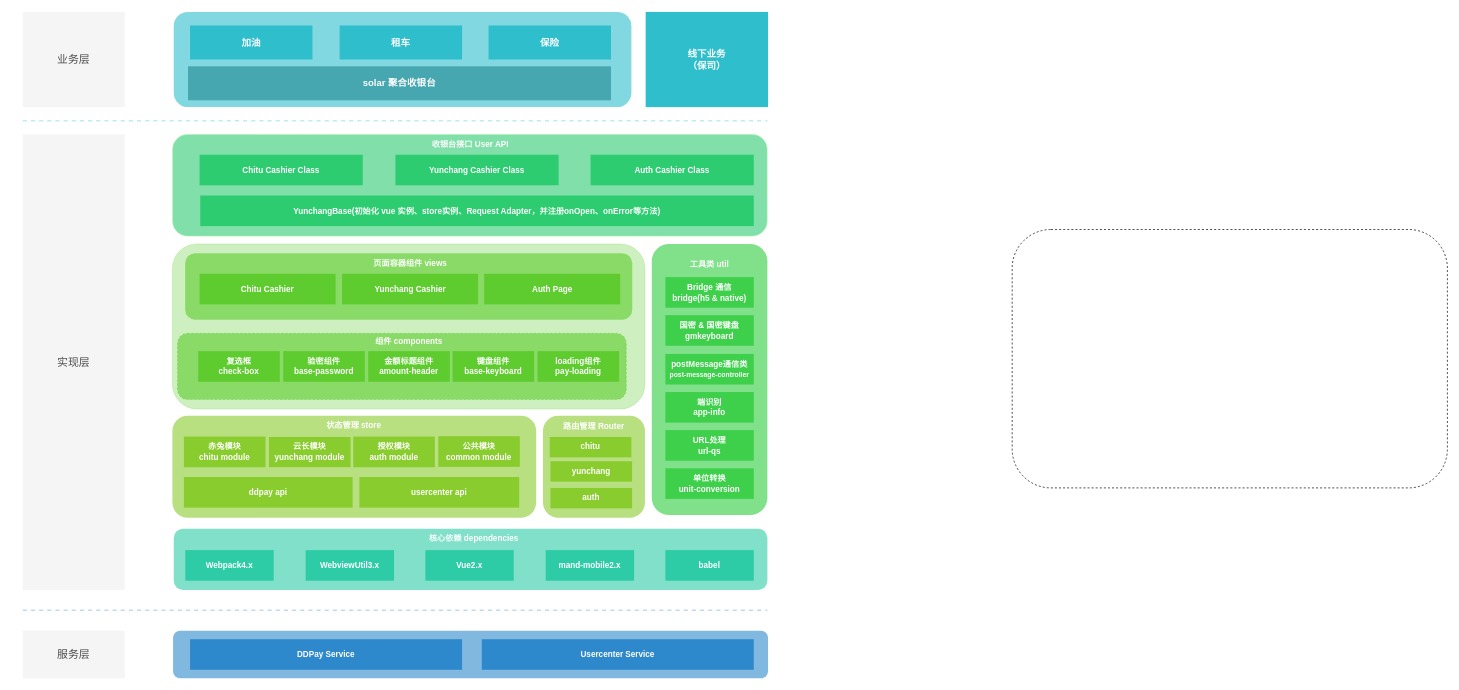
The draw.io diagram book/未命名绘图.drawio in chengkj99/book, before the edit. Source tidied: cells renumbered, new cells numbered last; positions are measured from the earlier drawing's top-left corner, leaving out a move shared by most shapes. Both pictures are drawn from the tidied source at 68%, with x=0, y=0 at pixel (22, 12).
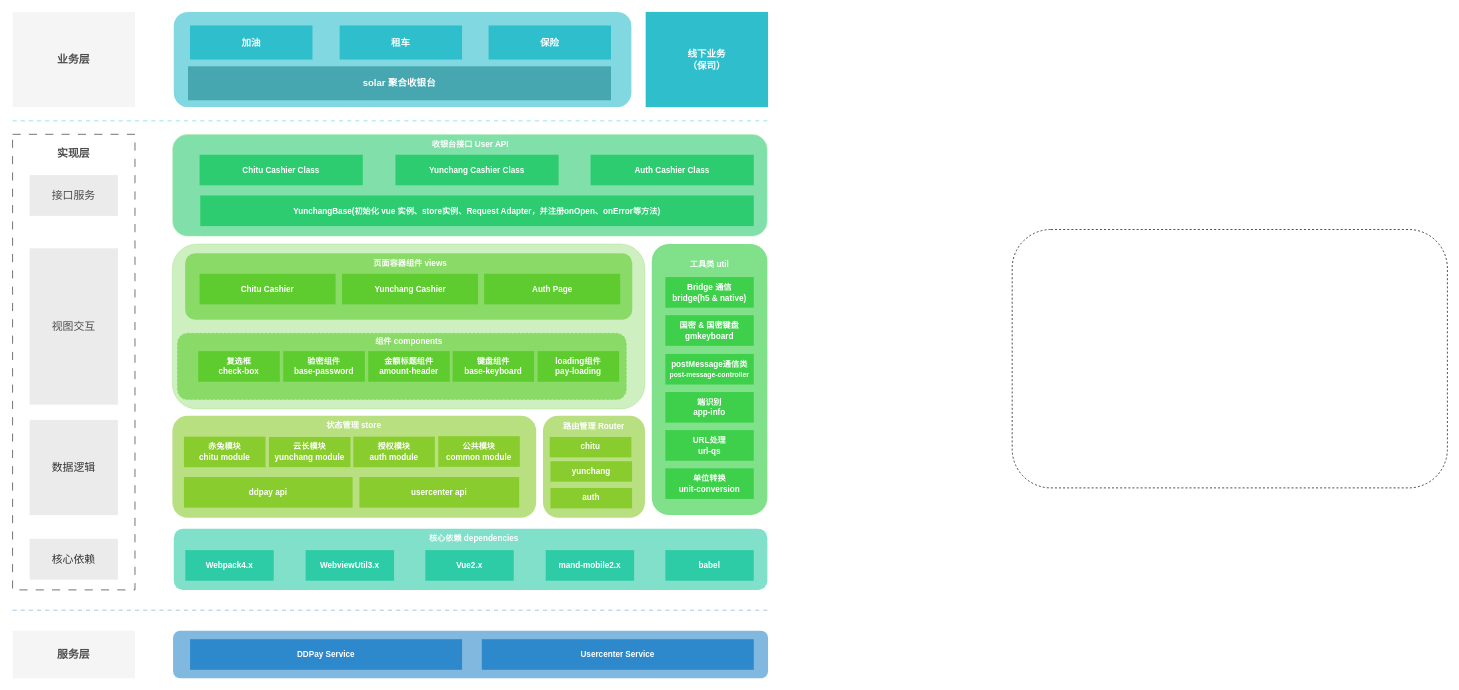
After the change.

What changed in the source:
```diff
@@
     <mxCell id="47" style="endArrow=none;dashed=1;html=1;rounded=0;labelBackgroundColor=none;fontColor=default;strokeColor=#2E89CC;strokeWidth=2;opacity=30;" parent="1" edge="1">
       <mxGeometry relative="1" as="geometry">
-        <mxPoint y="880" as="sourcePoint" />
+        <mxPoint x="-15" y="880" as="sourcePoint" />
         <mxPoint x="1095" y="880" as="targetPoint" />
       </mxGeometry>
     </mxCell>
@@
     <mxCell id="57" style="endArrow=none;html=1;rounded=0;labelBackgroundColor=none;fontColor=#FFFFFF;strokeColor=#2EBECC;fontStyle=1;dashed=1;strokeWidth=2;opacity=30;" parent="1" edge="1">
       <mxGeometry relative="1" as="geometry">
-        <mxPoint y="160" as="sourcePoint" />
+        <mxPoint x="-15" y="160" as="sourcePoint" />
         <mxPoint x="1095" y="160" as="targetPoint" />
       </mxGeometry>
     </mxCell>
@@
-    <mxCell id="61" value="&lt;font style=&quot;font-size: 16px;&quot; color=&quot;#4d4d4d&quot;&gt;业务层&lt;/font&gt;" style="rounded=0;whiteSpace=wrap;html=1;fillColor=#f5f5f5;strokeColor=none;fontColor=#333333;" parent="1" vertex="1">
-      <mxGeometry width="150" height="140" as="geometry" />
+    <mxCell id="61" value="&lt;font style=&quot;font-size: 16px;&quot; color=&quot;#4d4d4d&quot;&gt;&lt;b&gt;业务层&lt;/b&gt;&lt;/font&gt;" style="rounded=0;whiteSpace=wrap;html=1;fillColor=#f5f5f5;strokeColor=none;fontColor=#333333;" parent="1" vertex="1">
+      <mxGeometry x="-15" width="180" height="140" as="geometry" />
     </mxCell>
-    <mxCell id="62" value="&lt;font style=&quot;font-size: 16px;&quot; color=&quot;#4d4d4d&quot;&gt;实现层&lt;/font&gt;" style="rounded=0;whiteSpace=wrap;html=1;fillColor=#f5f5f5;strokeColor=none;fontColor=#333333;" parent="1" vertex="1">
-      <mxGeometry y="180" width="150" height="670" as="geometry" />
+    <mxCell id="62" value="&lt;font style=&quot;font-size: 16px;&quot; color=&quot;#4d4d4d&quot;&gt;&lt;b&gt;实现层&lt;br&gt;&lt;br&gt;&lt;br&gt;&lt;br&gt;&lt;br&gt;&lt;br&gt;&lt;br&gt;&lt;br&gt;&lt;br&gt;&lt;br&gt;&lt;br&gt;&lt;br&gt;&lt;br&gt;&lt;br&gt;&lt;br&gt;&lt;br&gt;&lt;br&gt;&lt;br&gt;&lt;br&gt;&lt;br&gt;&lt;br&gt;&lt;br&gt;&lt;br&gt;&lt;br&gt;&lt;br&gt;&lt;br&gt;&lt;br&gt;&lt;br&gt;&lt;br&gt;&lt;br&gt;&lt;br&gt;&lt;br&gt;&lt;/b&gt;&lt;br&gt;&lt;/font&gt;" style="rounded=0;whiteSpace=wrap;html=1;fillColor=none;strokeColor=default;fontColor=#333333;dashed=1;dashPattern=12 12;opacity=80;" parent="1" vertex="1">
+      <mxGeometry x="-15" y="180" width="180" height="670" as="geometry" />
     </mxCell>
-    <mxCell id="63" value="&lt;font style=&quot;font-size: 16px;&quot; color=&quot;#4d4d4d&quot;&gt;服务层&lt;/font&gt;" style="rounded=0;whiteSpace=wrap;html=1;fillColor=#f5f5f5;strokeColor=none;fontColor=#333333;" parent="1" vertex="1">
-      <mxGeometry y="910" width="150" height="70" as="geometry" />
+    <mxCell id="63" value="&lt;font style=&quot;font-size: 16px;&quot; color=&quot;#4d4d4d&quot;&gt;服务层&lt;/font&gt;" style="rounded=0;whiteSpace=wrap;html=1;fillColor=#f5f5f5;strokeColor=none;fontColor=#333333;fontStyle=1;" parent="1" vertex="1">
+      <mxGeometry x="-15" y="910" width="180" height="70" as="geometry" />
     </mxCell>
@@
+    <mxCell id="65" value="&lt;font color=&quot;#4d4d4d&quot;&gt;&lt;span style=&quot;font-size: 16px;&quot;&gt;接口服务&lt;/span&gt;&lt;/font&gt;" style="rounded=0;whiteSpace=wrap;html=1;fillColor=#E6E6E6;strokeColor=none;fontColor=#333333;opacity=80;" parent="1" vertex="1">
+      <mxGeometry x="10" y="240" width="130" height="60" as="geometry" />
+    </mxCell>
+    <mxCell id="66" value="&lt;font color=&quot;#4d4d4d&quot;&gt;&lt;span style=&quot;font-size: 16px;&quot;&gt;视图交互&lt;/span&gt;&lt;/font&gt;" style="rounded=0;whiteSpace=wrap;html=1;fillColor=#E6E6E6;strokeColor=none;fontColor=#333333;opacity=80;" parent="1" vertex="1">
+      <mxGeometry x="10" y="347.6" width="130" height="230" as="geometry" />
+    </mxCell>
+    <mxCell id="67" value="&lt;font style=&quot;font-size: 16px;&quot;&gt;数据逻辑&lt;/font&gt;" style="rounded=0;whiteSpace=wrap;html=1;fillColor=#E6E6E6;strokeColor=none;fontColor=#333333;opacity=80;" parent="1" vertex="1">
+      <mxGeometry x="10" y="600" width="130" height="140" as="geometry" />
+    </mxCell>
+    <mxCell id="68" value="&lt;font style=&quot;font-size: 16px;&quot;&gt;核心依赖&lt;/font&gt;" style="rounded=0;whiteSpace=wrap;html=1;fillColor=#E6E6E6;strokeColor=none;fontColor=#333333;opacity=80;" parent="1" vertex="1">
+      <mxGeometry x="10" y="775" width="130" height="60" as="geometry" />
+    </mxCell>
```
